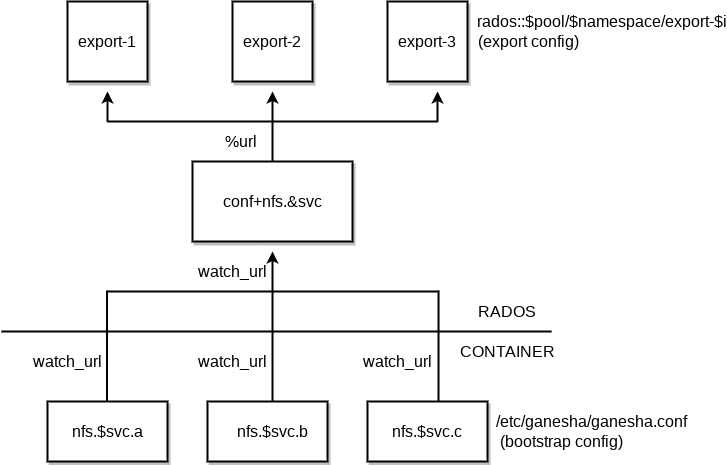
Earlier version of the draw.io export images/src/png/nfs_ganesha_structure.png (SUSE/doc-ses). Source tidied: cells renumbered, new cells last; positions are measured from the earlier drawing's top-left corner, leaving out a move shared by most shapes.
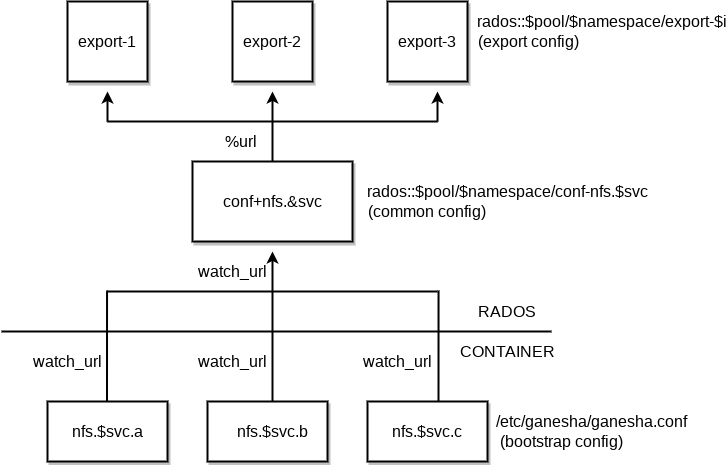
The same diagram one commit later.

Diff of the diagram source:
```diff
@@ -134,5 +134,11 @@
     <mxCell id="36" style="edgeStyle=orthogonalEdgeStyle;rounded=0;orthogonalLoop=1;jettySize=auto;html=1;exitX=0.5;exitY=1;exitDx=0;exitDy=0;strokeWidth=2;fontSize=16;" parent="1" edge="1" source="31" target="31">
       <mxGeometry relative="1" as="geometry" />
     </mxCell>
+    <mxCell id="37" value="rados::$pool/$namespace/conf-nfs.$svc" style="text;html=1;strokeColor=none;fillColor=none;align=center;verticalAlign=middle;whiteSpace=wrap;rounded=0;fontSize=16;spacing=5;" parent="1" vertex="1">
+      <mxGeometry x="356.5" y="180" width="299" height="20" as="geometry" />
+    </mxCell>
+    <mxCell id="38" value="(common config)" style="text;html=1;strokeColor=none;fillColor=none;align=center;verticalAlign=middle;whiteSpace=wrap;rounded=0;fontSize=16;" parent="1" vertex="1">
+      <mxGeometry x="349" y="200" width="154" height="20" as="geometry" />
+    </mxCell>
   </root>
 </mxGraphModel>
```
